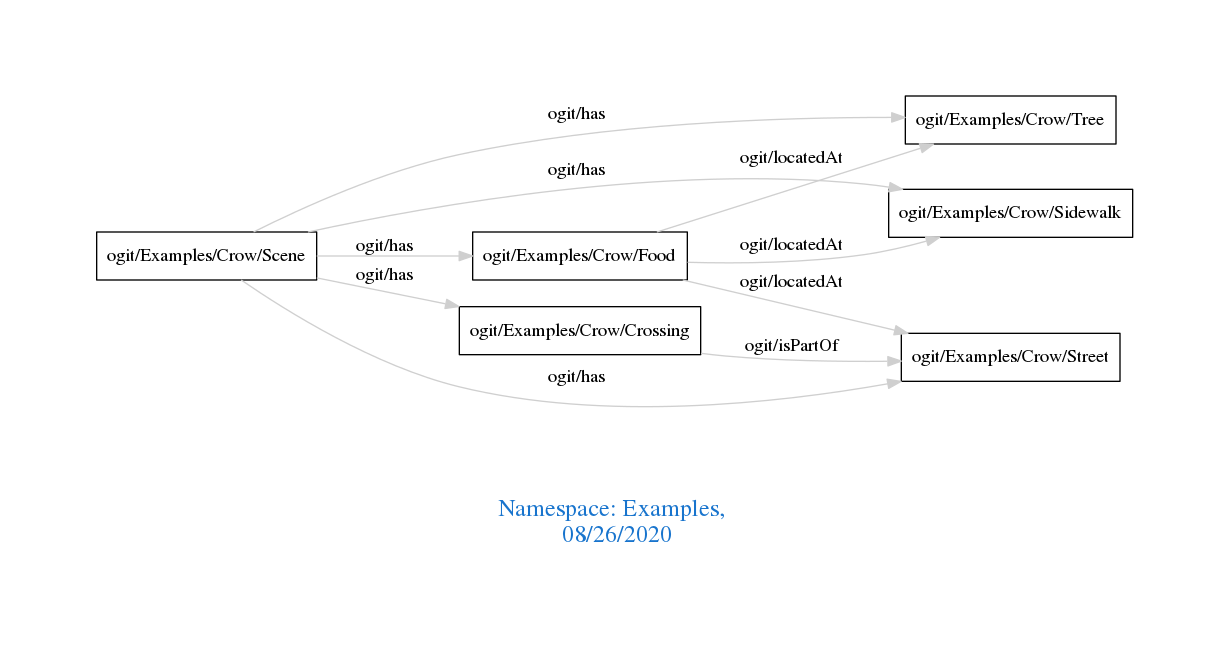
Before: downloads/Examples.png, a diagram exported from Graphviz (arago/OGIT). Its source is kept beside it as downloads/Examples.dot.
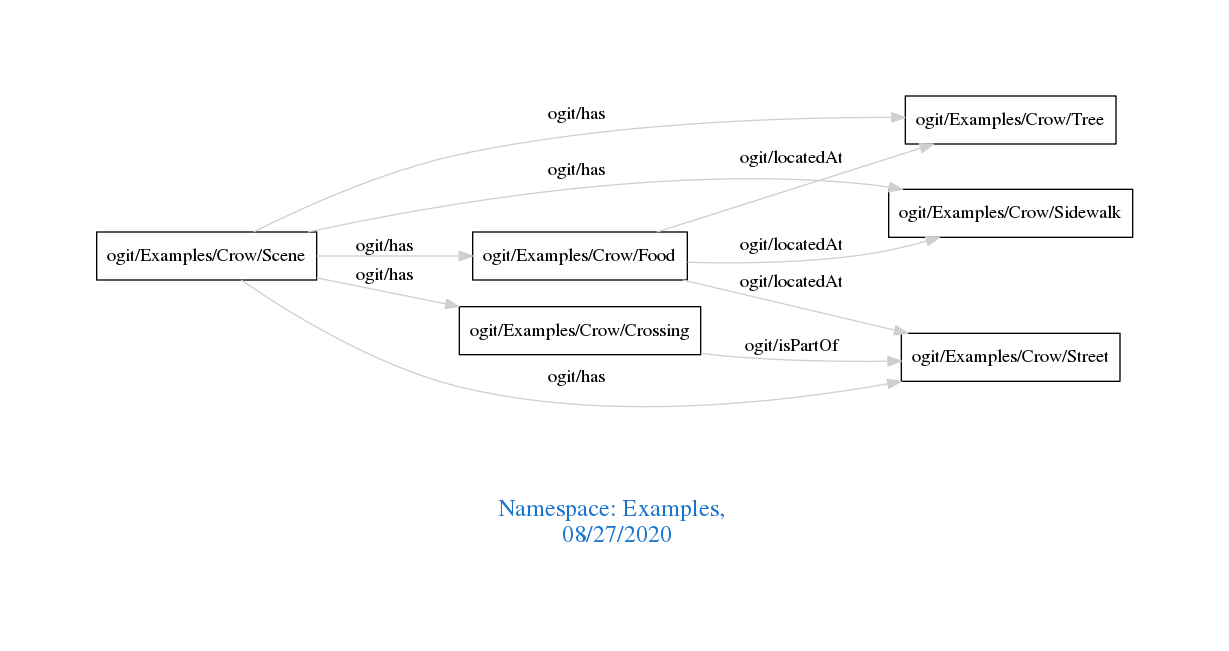
The same diagram one commit later.

Diff of the diagram source:
```diff
@@ -1,7 +1,7 @@
 digraph OGIT_ontology {
  graph [ rankdir= LR,pad=1
 fontsize = 18,
-fontcolor= dodgerblue3,label = "\n\n\nNamespace: Examples, \n 08/26/2020"];
+fontcolor= dodgerblue3,label = "\n\n\nNamespace: Examples, \n 08/27/2020"];
 node[shape=polygon];
 edge [  color="gray81"];
 
```
